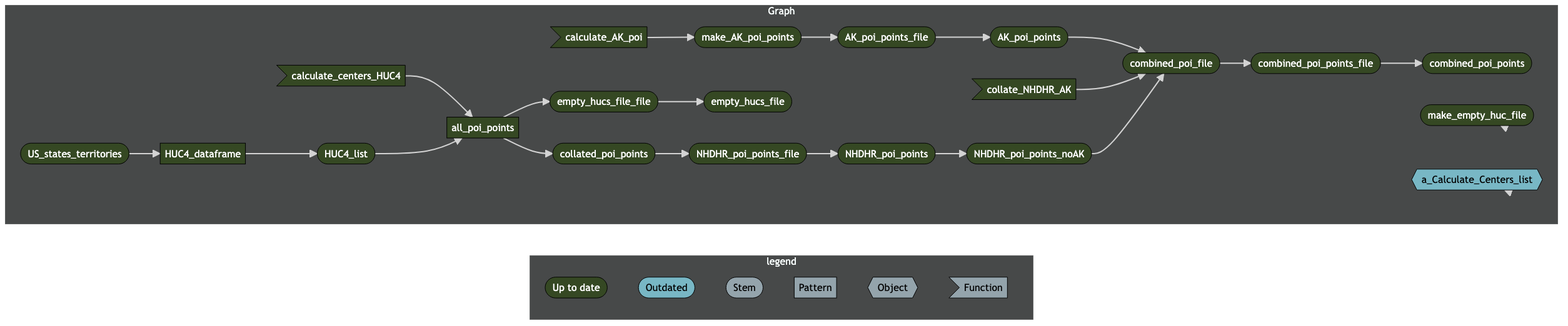
Above: mermaid/mermaid.png in AquaSat/AquaMatch_lakeSR (Mermaid), before the change. Its source is kept beside it as mermaid/mermaid.mmd. The source it was exported from:
```mermaid
graph LR
  subgraph legend
    direction LR
    x7420bd9270f8d27d([""Up to date""]):::uptodate --- x0a52b03877696646([""Outdated""]):::outdated
    x0a52b03877696646([""Outdated""]):::outdated --- xbf4603d6c2c2ad6b([""Stem""]):::none
    xbf4603d6c2c2ad6b([""Stem""]):::none --- x70a5fa6bea6f298d[""Pattern""]:::none
    x70a5fa6bea6f298d[""Pattern""]:::none --- x5bffbffeae195fc9{{""Object""}}:::none
    x5bffbffeae195fc9{{""Object""}}:::none --- xf0bce276fe2b9d3e>""Function""]:::none
  end
  subgraph Graph
    direction LR
    x0e80a0b3aa63f1e9(["collated_poi_points"]):::uptodate --> x374d007457c599ab(["NHDHR_poi_points_file"]):::uptodate
    x374d007457c599ab(["NHDHR_poi_points_file"]):::uptodate --> x7c30997b2dacad3c(["NHDHR_poi_points"]):::uptodate
    x7c30997b2dacad3c(["NHDHR_poi_points"]):::uptodate --> xa686a3a91e8f4a73(["NHDHR_poi_points_noAK"]):::uptodate
    x2c0456c7217116f1>"calculate_centers_HUC4"]:::uptodate --> xf47f79c35e045110["all_poi_points"]:::uptodate
    xd288ec88382fd531(["HUC4_list"]):::uptodate --> xf47f79c35e045110["all_poi_points"]:::uptodate
    x4b49df1faec88974(["US_states_territories"]):::uptodate --> x563e63e40cc2048a["HUC4_dataframe"]:::uptodate
    x563e63e40cc2048a["HUC4_dataframe"]:::uptodate --> xd288ec88382fd531(["HUC4_list"]):::uptodate
    x5782ee7b5f1f3a55(["empty_hucs_file_file"]):::uptodate --> x36cc737b097c7596(["empty_hucs_file"]):::uptodate
    x8523d1b0728d44d8(["combined_poi_file"]):::uptodate --> x666819ed6cb97b5b(["combined_poi_points_file"]):::uptodate
    xf47f79c35e045110["all_poi_points"]:::uptodate --> x0e80a0b3aa63f1e9(["collated_poi_points"]):::uptodate
    x1e45a41c07a3238d(["AK_poi_points_file"]):::uptodate --> x94ec576089d222c0(["AK_poi_points"]):::uptodate
    x8990c636ae27413a(["make_AK_poi_points"]):::uptodate --> x1e45a41c07a3238d(["AK_poi_points_file"]):::uptodate
    xc512100d57791085>"calculate_AK_poi"]:::uptodate --> x8990c636ae27413a(["make_AK_poi_points"]):::uptodate
    x94ec576089d222c0(["AK_poi_points"]):::uptodate --> x8523d1b0728d44d8(["combined_poi_file"]):::uptodate
    xf20d47e4fd13ba22>"collate_NHDHR_AK"]:::uptodate --> x8523d1b0728d44d8(["combined_poi_file"]):::uptodate
    xa686a3a91e8f4a73(["NHDHR_poi_points_noAK"]):::uptodate --> x8523d1b0728d44d8(["combined_poi_file"]):::uptodate
    xf47f79c35e045110["all_poi_points"]:::uptodate --> x5782ee7b5f1f3a55(["empty_hucs_file_file"]):::uptodate
    x666819ed6cb97b5b(["combined_poi_points_file"]):::uptodate --> xb7c2e4e3c478a530(["combined_poi_points"]):::uptodate
    x992c5ff226ae9b16(["make_empty_huc_file"]):::uptodate --> x992c5ff226ae9b16(["make_empty_huc_file"]):::uptodate
    x63a44b4091e88968{{"a_Calculate_Centers_list"}}:::outdated --> x63a44b4091e88968{{"a_Calculate_Centers_list"}}:::outdated
  end
  classDef uptodate stroke:#000000,color:#ffffff,fill:#354823;
  classDef outdated stroke:#000000,color:#000000,fill:#78B7C5;
  classDef none stroke:#000000,color:#000000,fill:#94a4ac;
  linkStyle 0 stroke-width:0px;
  linkStyle 1 stroke-width:0px;
  linkStyle 2 stroke-width:0px;
  linkStyle 3 stroke-width:0px;
  linkStyle 4 stroke-width:0px;
  linkStyle 23 stroke-width:0px;
  linkStyle 24 stroke-width:0px;
```
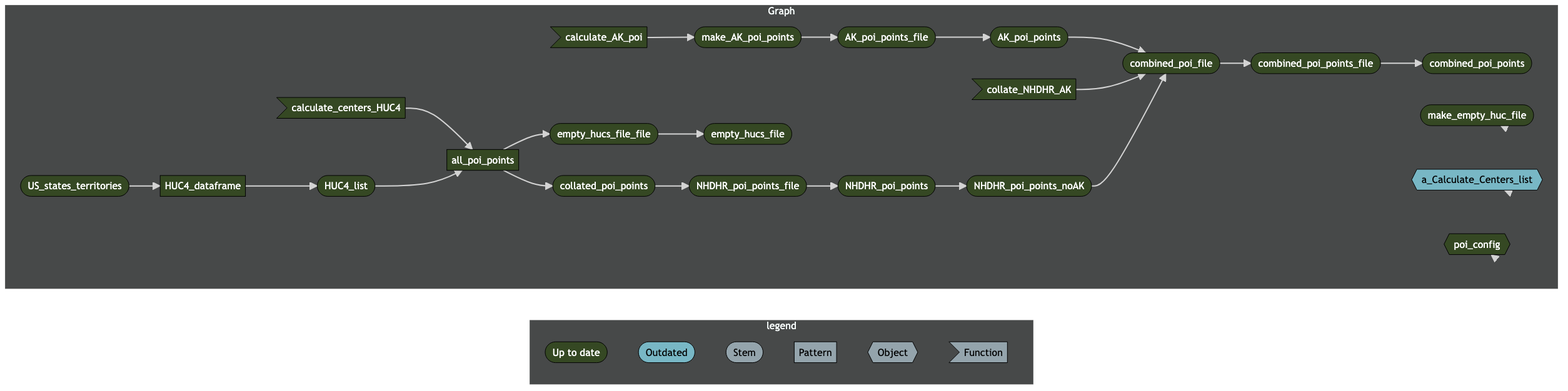
Above is the later version.

Change to the diagram source:
```diff
@@ -29,6 +29,7 @@
     x666819ed6cb97b5b(["combined_poi_points_file"]):::uptodate --> xb7c2e4e3c478a530(["combined_poi_points"]):::uptodate
     x992c5ff226ae9b16(["make_empty_huc_file"]):::uptodate --> x992c5ff226ae9b16(["make_empty_huc_file"]):::uptodate
     x63a44b4091e88968{{"a_Calculate_Centers_list"}}:::outdated --> x63a44b4091e88968{{"a_Calculate_Centers_list"}}:::outdated
+    x2d2227879ad72a9d{{"poi_config"}}:::uptodate --> x2d2227879ad72a9d{{"poi_config"}}:::uptodate
   end
   classDef uptodate stroke:#000000,color:#ffffff,fill:#354823;
   classDef outdated stroke:#000000,color:#000000,fill:#78B7C5;
@@ -40,3 +41,4 @@
   linkStyle 4 stroke-width:0px;
   linkStyle 23 stroke-width:0px;
   linkStyle 24 stroke-width:0px;
+  linkStyle 25 stroke-width:0px;
```
